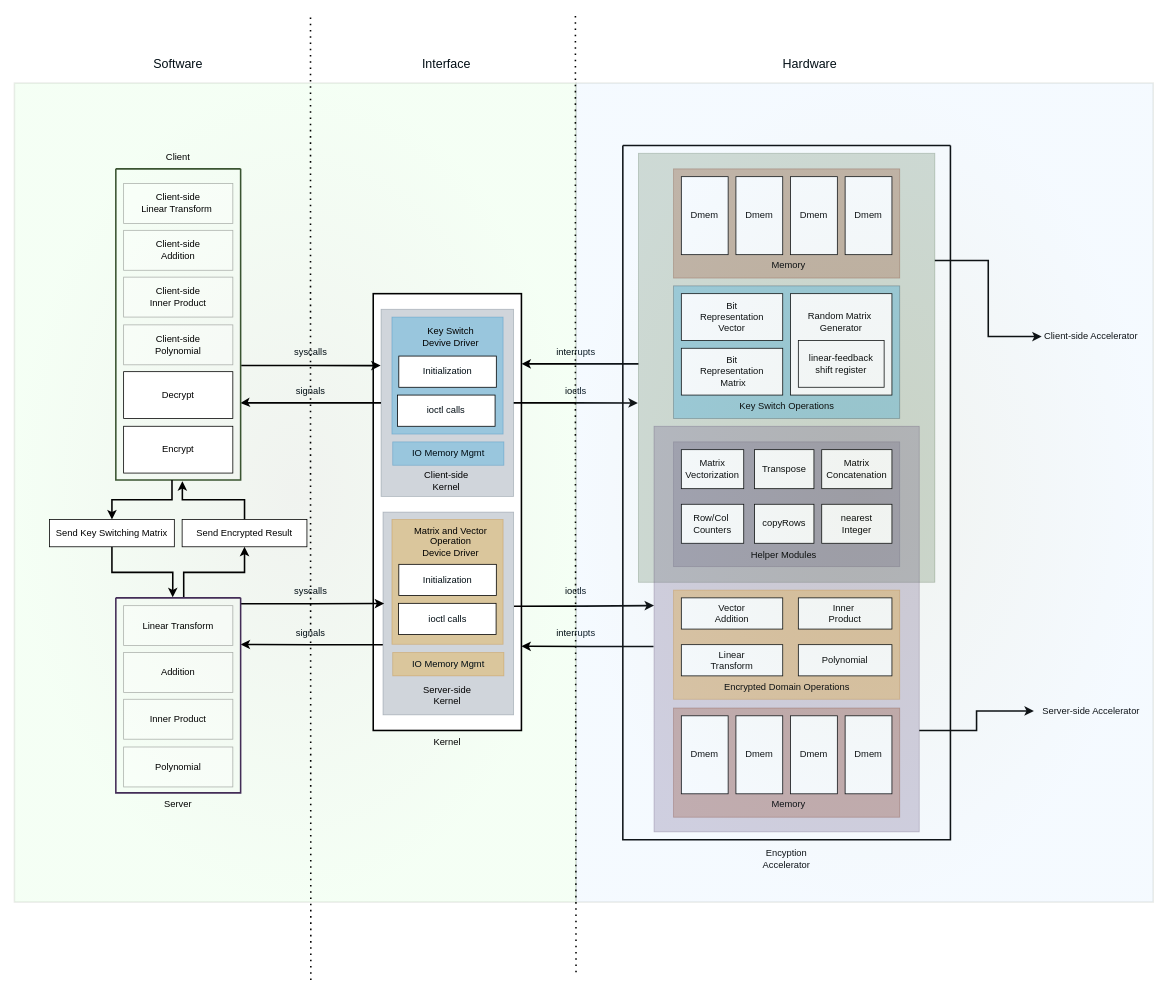
The draw.io diagram Design_Overview.drawio in helloworld1921/Fully_Homomorphic_Encryption_Accelerator, before the edit. Source tidied: cells renumbered, new cells numbered last; positions are measured from the earlier drawing's top-left corner, leaving out a move shared by most shapes. Both pictures are drawn from the tidied source at 78%, with x=0, y=0 at pixel (14, 14).
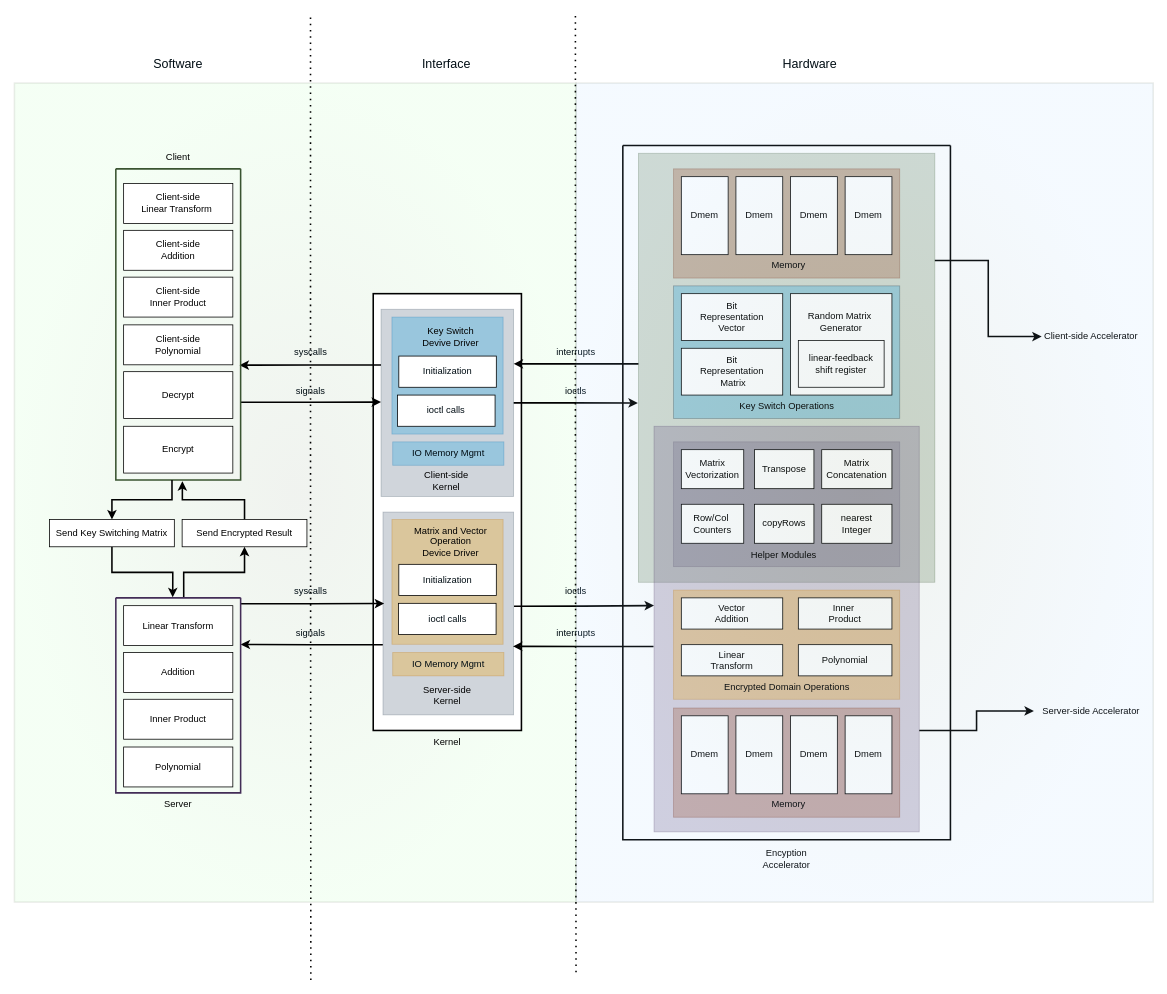
The same diagram, later.

The change refers to these unchanged cells:
```xml
<mxCell id="6" style="rounded=0;whiteSpace=wrap;html=1;strokeWidth=1;opacity=30;fillColor=#647687;fontColor=#ffffff;strokeColor=#314354;" parent="1" vertex="1">
  <mxGeometry x="470" y="378" width="170" height="240" as="geometry" />
</mxCell>
<mxCell id="8" style="swimlane;startSize=0;fillColor=#6d8764;fontColor=#ffffff;strokeColor=#3A5431;strokeWidth=2;" parent="1" vertex="1">
  <mxGeometry x="130" y="198" width="160" height="398.8" as="geometry" />
</mxCell>
<mxCell id="21" style="rounded=0;whiteSpace=wrap;html=1;strokeWidth=1;opacity=30;fillColor=#76608a;fontColor=#ffffff;strokeColor=#432D57;" parent="18" vertex="1">
  <mxGeometry x="40" y="360" width="340" height="520" as="geometry" />
</mxCell>
<mxCell id="57" style="rounded=0;whiteSpace=wrap;html=1;strokeWidth=1;opacity=30;fillColor=#647687;fontColor=#ffffff;strokeColor=#314354;" parent="1" vertex="1">
  <mxGeometry x="472.5" y="638" width="167.5" height="260" as="geometry" />
</mxCell>
<mxCell id="62" style="swimlane;startSize=0;fillColor=#76608a;fontColor=#ffffff;strokeColor=#432D57;strokeWidth=2;" parent="1" vertex="1">
  <mxGeometry x="130" y="748" width="160" height="250" as="geometry" />
</mxCell>
```

Diff of the diagram source:
```diff
@@
-    <mxCell id="5" style="edgeStyle=orthogonalEdgeStyle;rounded=0;jettySize=auto;html=1;exitX=0;exitY=0.5;exitDx=0;exitDy=0;entryX=0.998;entryY=0.753;entryDx=0;entryDy=0;fontColor=#000D14;strokeWidth=2;entryPerimeter=0;" parent="1" edge="1" source="6" target="8">
-      <mxGeometry relative="1" as="geometry">
-        <Array as="points">
-          <mxPoint x="293" y="498" />
-        </Array>
-      </mxGeometry>
+    <mxCell id="5" style="edgeStyle=orthogonalEdgeStyle;rounded=0;jettySize=auto;html=1;exitX=0;exitY=0.298;exitDx=0;exitDy=0;entryX=0.991;entryY=0.631;entryDx=0;entryDy=0;fontColor=#000D14;strokeWidth=2;entryPerimeter=0;exitPerimeter=0;" parent="1" edge="1" source="6" target="8">
+      <mxGeometry relative="1" as="geometry" />
     </mxCell>
@@
-    <mxCell id="7" style="edgeStyle=orthogonalEdgeStyle;rounded=0;jettySize=auto;html=1;exitX=1.004;exitY=0.632;exitDx=0;exitDy=0;entryX=-0.003;entryY=0.301;entryDx=0;entryDy=0;fontColor=#000D14;strokeWidth=2;entryPerimeter=0;exitPerimeter=0;" parent="1" edge="1" source="8" target="6">
-      <mxGeometry relative="1" as="geometry" />
+    <mxCell id="7" style="edgeStyle=orthogonalEdgeStyle;rounded=0;jettySize=auto;html=1;exitX=1;exitY=0.75;exitDx=0;exitDy=0;fontColor=#000D14;strokeWidth=2;" parent="1" edge="1" source="8">
+      <mxGeometry relative="1" as="geometry">
+        <mxPoint x="470" y="497" as="targetPoint" />
+        <Array as="points">
+          <mxPoint x="380" y="497" />
+        </Array>
+      </mxGeometry>
     </mxCell>
@@
-    <mxCell id="11" value="Client-side&lt;br&gt;Linear Transform&amp;nbsp;" style="rounded=0;whiteSpace=wrap;html=1;strokeWidth=1;opacity=30;" parent="8" vertex="1">
+    <mxCell id="11" value="Client-side&lt;br&gt;Linear Transform&amp;nbsp;" style="rounded=0;whiteSpace=wrap;html=1;strokeWidth=1;" parent="8" vertex="1">
       <mxGeometry x="10" y="18.8" width="140" height="51.2" as="geometry" />
     </mxCell>
-    <mxCell id="12" value="Client-side&lt;br&gt;Addition" style="rounded=0;whiteSpace=wrap;html=1;strokeWidth=1;opacity=30;" parent="8" vertex="1">
+    <mxCell id="12" value="Client-side&lt;br&gt;Addition" style="rounded=0;whiteSpace=wrap;html=1;strokeWidth=1;" parent="8" vertex="1">
       <mxGeometry x="10" y="78.8" width="140" height="51.2" as="geometry" />
     </mxCell>
-    <mxCell id="13" value="Client-side&lt;br&gt;Inner Product" style="rounded=0;whiteSpace=wrap;html=1;strokeWidth=1;opacity=30;" parent="8" vertex="1">
+    <mxCell id="13" value="Client-side&lt;br&gt;Inner Product" style="rounded=0;whiteSpace=wrap;html=1;strokeWidth=1;" parent="8" vertex="1">
       <mxGeometry x="10" y="138.8" width="140" height="51.2" as="geometry" />
     </mxCell>
-    <mxCell id="14" value="Client-side&lt;br&gt;Polynomial" style="rounded=0;whiteSpace=wrap;html=1;strokeWidth=1;opacity=30;" parent="8" vertex="1">
+    <mxCell id="14" value="Client-side&lt;br&gt;Polynomial" style="rounded=0;whiteSpace=wrap;html=1;strokeWidth=1;" parent="8" vertex="1">
       <mxGeometry x="10" y="200" width="140" height="51.2" as="geometry" />
     </mxCell>
@@
-    <mxCell id="63" value="Linear Transform" style="rounded=0;whiteSpace=wrap;html=1;strokeWidth=1;opacity=30;" parent="62" vertex="1">
+    <mxCell id="63" value="Linear Transform" style="rounded=0;whiteSpace=wrap;html=1;strokeWidth=1;" parent="62" vertex="1">
       <mxGeometry x="10" y="10" width="140" height="51.2" as="geometry" />
     </mxCell>
-    <mxCell id="64" value="Addition" style="rounded=0;whiteSpace=wrap;html=1;strokeWidth=1;opacity=30;" parent="62" vertex="1">
+    <mxCell id="64" value="Addition" style="rounded=0;whiteSpace=wrap;html=1;strokeWidth=1;" parent="62" vertex="1">
       <mxGeometry x="10" y="70" width="140" height="51.2" as="geometry" />
     </mxCell>
-    <mxCell id="65" value="Inner Product" style="rounded=0;whiteSpace=wrap;html=1;strokeWidth=1;opacity=30;" parent="62" vertex="1">
+    <mxCell id="65" value="Inner Product" style="rounded=0;whiteSpace=wrap;html=1;strokeWidth=1;" parent="62" vertex="1">
       <mxGeometry x="10" y="130" width="140" height="51.2" as="geometry" />
     </mxCell>
-    <mxCell id="66" value="Polynomial" style="rounded=0;whiteSpace=wrap;html=1;strokeWidth=1;opacity=30;" parent="62" vertex="1">
+    <mxCell id="66" value="Polynomial" style="rounded=0;whiteSpace=wrap;html=1;strokeWidth=1;" parent="62" vertex="1">
       <mxGeometry x="10" y="191.2" width="140" height="51.2" as="geometry" />
     </mxCell>
@@
     <mxCell id="88" style="edgeStyle=orthogonalEdgeStyle;rounded=0;orthogonalLoop=1;jettySize=auto;html=1;fontColor=#000D14;strokeWidth=2;" parent="1" edge="1">
       <mxGeometry relative="1" as="geometry">
         <mxPoint x="800" y="448" as="sourcePoint" />
-        <mxPoint x="650" y="448" as="targetPoint" />
+        <mxPoint x="640" y="448" as="targetPoint" />
       </mxGeometry>
     </mxCell>
@@
-    <mxCell id="92" style="edgeStyle=orthogonalEdgeStyle;rounded=0;jettySize=auto;html=1;exitX=-0.002;exitY=0.543;exitDx=0;exitDy=0;fontColor=#000D14;strokeWidth=2;exitPerimeter=0;" parent="1" edge="1" source="21">
-      <mxGeometry relative="1" as="geometry">
-        <mxPoint x="650" y="810" as="targetPoint" />
-      </mxGeometry>
+    <mxCell id="92" style="edgeStyle=orthogonalEdgeStyle;rounded=0;jettySize=auto;html=1;exitX=-0.002;exitY=0.543;exitDx=0;exitDy=0;fontColor=#000D14;strokeWidth=2;exitPerimeter=0;entryX=0.995;entryY=0.662;entryDx=0;entryDy=0;entryPerimeter=0;" parent="1" edge="1" source="21" target="57">
+      <mxGeometry relative="1" as="geometry" />
     </mxCell>
```
